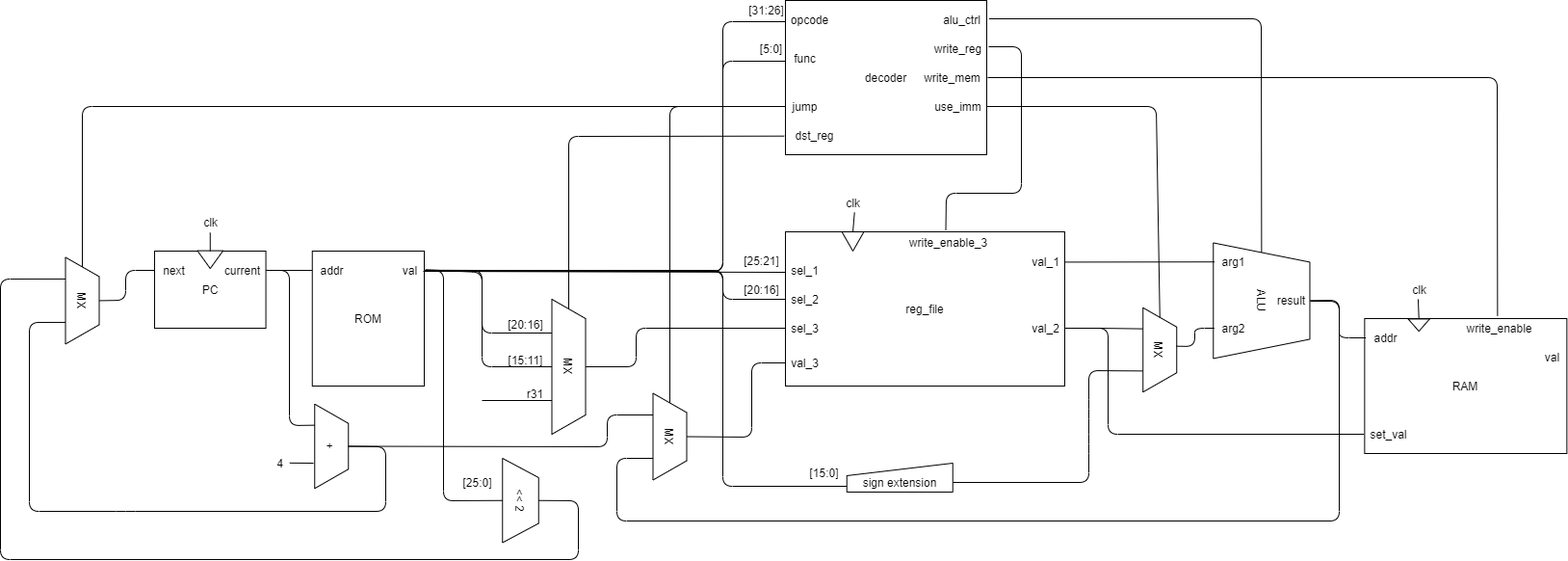
This is doc/img/architecture.drawio.png from 0n1shi/fpga-mips, a draw.io export, as it was before one commit. Source tidied: cells renumbered, new cells last; positions are measured from the earlier drawing's top-left corner, leaving out a move shared by most shapes.
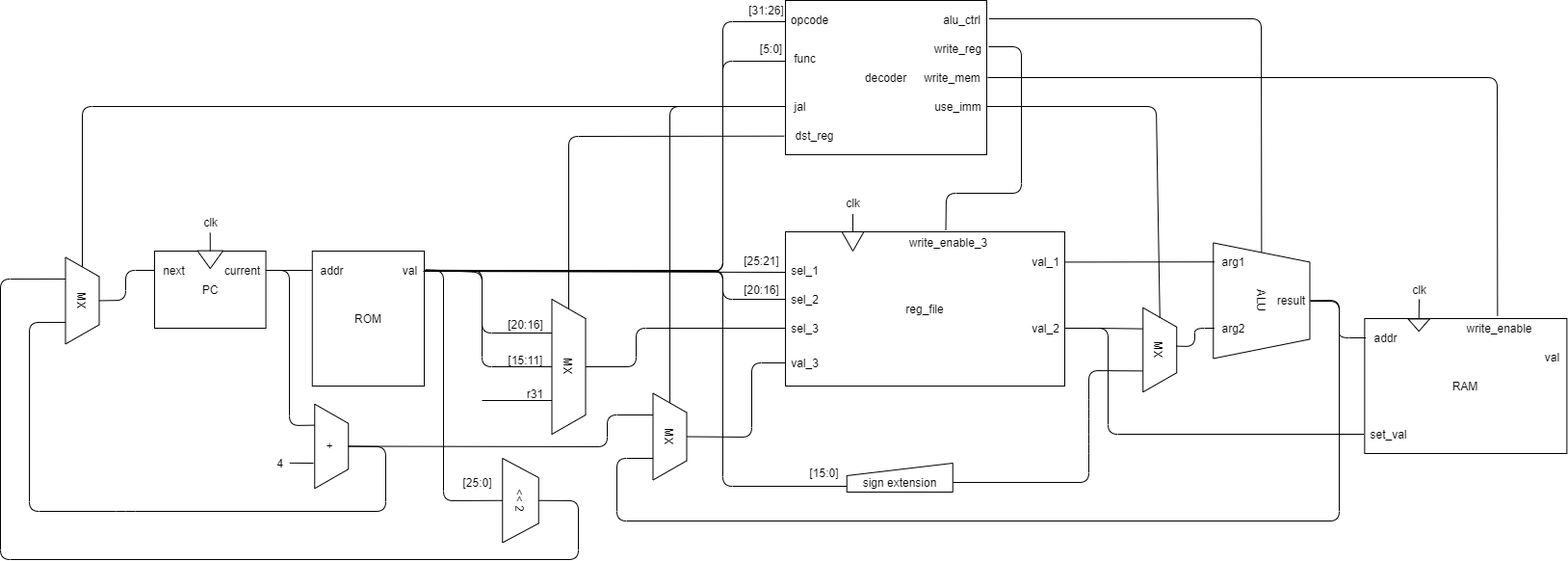
Above is the later version.

What changed in the source:
```diff
@@ -38,7 +38,7 @@
     <mxCell id="13" style="endArrow=none;html=1;entryX=-0.001;entryY=0.143;entryDx=0;entryDy=0;entryPerimeter=0;exitX=1.089;exitY=0.501;exitDx=0;exitDy=0;exitPerimeter=0;" parent="1" edge="1" source="6" target="10">
       <mxGeometry relative="1" as="geometry" />
     </mxCell>
-    <mxCell id="14" style="endArrow=none;html=1;exitX=0;exitY=0.5;exitDx=0;exitDy=0;entryX=0.556;entryY=1;entryDx=0;entryDy=0;entryPerimeter=0;" parent="1" edge="1" source="30" target="59">
+    <mxCell id="14" style="endArrow=none;html=1;exitX=0;exitY=0.5;exitDx=0;exitDy=0;entryX=0.499;entryY=1.075;entryDx=0;entryDy=0;entryPerimeter=0;" parent="1" edge="1" source="30" target="59">
       <mxGeometry relative="1" as="geometry" />
     </mxCell>
     <mxCell id="15" style="endArrow=none;html=1;entryX=1.045;entryY=0.55;entryDx=0;entryDy=0;entryPerimeter=0;exitX=0;exitY=0.6;exitDx=0;exitDy=0;exitPerimeter=0;" parent="1" edge="1" source="24" target="12">
@@ -141,7 +141,7 @@
     <mxCell id="43" style="triangle;whiteSpace=wrap;html=1;align=center;rotation=90;" parent="37" vertex="1">
       <mxGeometry x="50" y="-3.4" width="12.7" height="22.3" as="geometry" />
     </mxCell>
-    <mxCell id="44" style="endArrow=none;html=1;exitX=0;exitY=0.5;exitDx=0;exitDy=0;entryX=0.475;entryY=1;entryDx=0;entryDy=0;entryPerimeter=0;" parent="1" edge="1" source="43" target="58">
+    <mxCell id="44" style="endArrow=none;html=1;exitX=0;exitY=0.5;exitDx=0;exitDy=0;entryX=0.51;entryY=1;entryDx=0;entryDy=0;entryPerimeter=0;" parent="1" edge="1" source="43" target="58">
       <mxGeometry relative="1" as="geometry" />
     </mxCell>
     <mxCell id="45" style="endArrow=none;html=1;exitX=1.02;exitY=0.49;exitDx=0;exitDy=0;exitPerimeter=0;entryX=0.5;entryY=1;entryDx=0;entryDy=0;" parent="1" edge="1" source="12" target="91">
@@ -365,8 +365,8 @@
         </Array>
       </mxGeometry>
     </mxCell>
-    <mxCell id="85" value="jump" style="text;html=1;align=center;verticalAlign=middle;points=[];" parent="1" vertex="1">
-      <mxGeometry x="815" y="100" width="40" height="20" as="geometry" />
+    <mxCell id="85" value="jal" style="text;html=1;align=center;verticalAlign=middle;points=[];" parent="1" vertex="1">
+      <mxGeometry x="815" y="100" width="30" height="20" as="geometry" />
     </mxCell>
     <mxCell id="86" value="MX" style="shape=trapezoid;perimeter=trapezoidPerimeter;whiteSpace=wrap;html=1;fixedSize=1;align=center;rotation=90;" parent="1" vertex="1">
       <mxGeometry x="40" y="293.9" width="90" height="35" as="geometry" />
```
